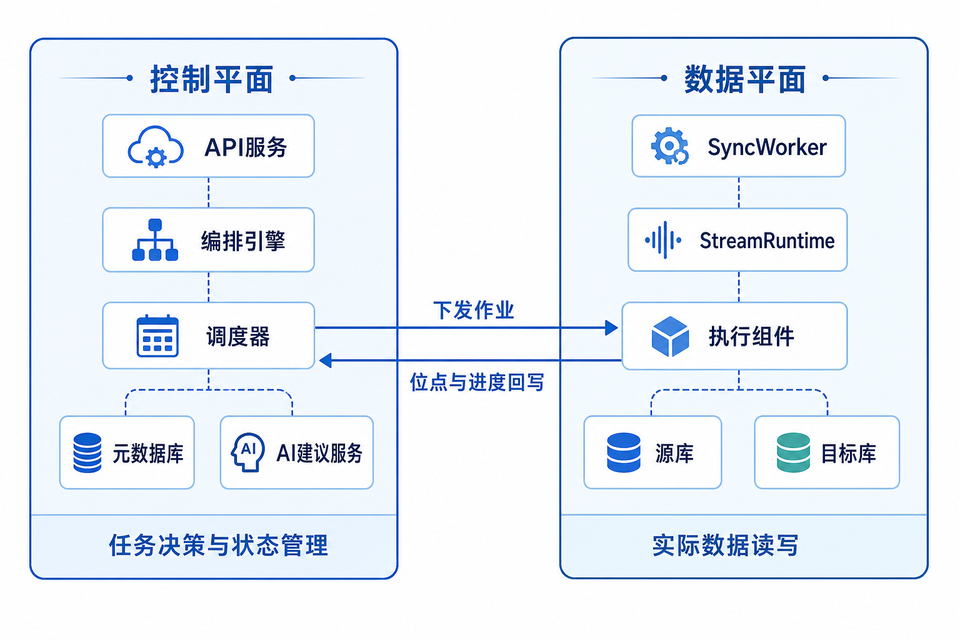
This is doc/images/fig3-3-control-data-plane.png from program231/design, a Mermaid export, as it was before one commit. Its source is kept beside it as doc/diagrams/fig3-3-control-data-plane.mmd. Its diagram source:
```mermaid
flowchart LR
    subgraph controlPlane [控制平面]
        API[API服务]
        Orchestrator[编排引擎]
        Scheduler2[调度器]
        MetaDB2[(元数据库)]
    end

    subgraph dataPlane2 [数据平面]
        Source[(源库)]
        Target[(目标库)]
        Engines[执行引擎]
    end

    API --> Orchestrator
    Orchestrator --> Scheduler2
    Orchestrator --> MetaDB2
    Scheduler2 --> Engines
    Engines --> Source
    Engines --> Target
```
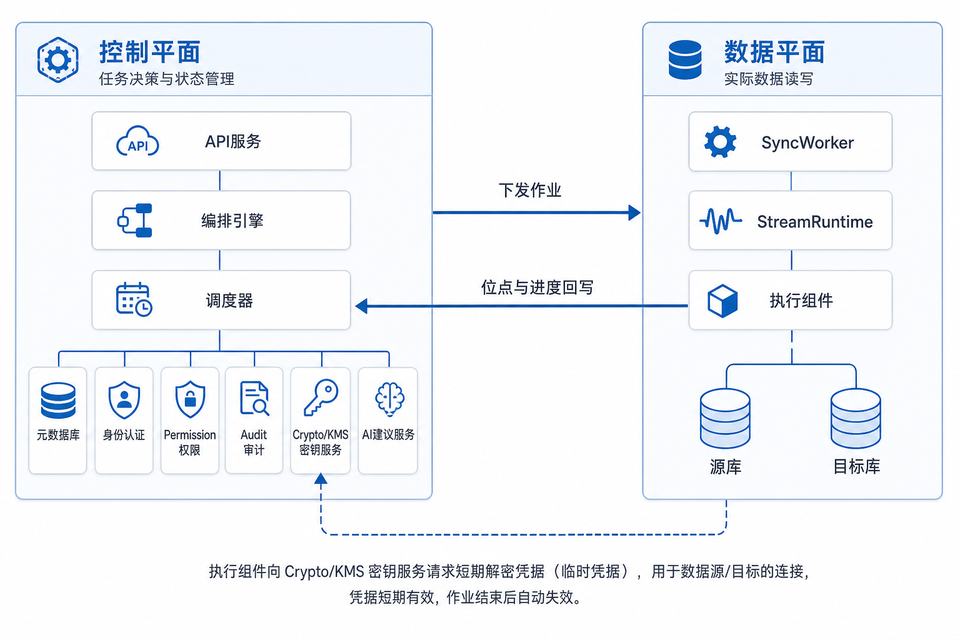
The same file after the commit.

Diff of the diagram source:
```diff
@@ -1,20 +1,28 @@
 flowchart LR
-    subgraph controlPlane [控制平面]
+    subgraph controlPlane [控制平面_任务决策与状态管理]
         API[API服务]
         Orchestrator[编排引擎]
-        Scheduler2[调度器]
-        MetaDB2[(元数据库)]
+        Scheduler[调度器]
+        MetaDB[(元数据库)]
+        Auth[身份认证]
+        Permission[Permission 权限]
+        Audit[Audit 审计]
+        Crypto[Crypto_KMS 密钥服务]
+        AI[AI建议服务]
     end
 
-    subgraph dataPlane2 [数据平面]
+    subgraph dataPlane [数据平面_实际数据读写]
+        SyncWorker[SyncWorker]
+        StreamRuntime[StreamRuntime]
+        Exec[执行组件]
         Source[(源库)]
         Target[(目标库)]
-        Engines[执行引擎]
     end
 
-    API --> Orchestrator
-    Orchestrator --> Scheduler2
-    Orchestrator --> MetaDB2
-    Scheduler2 --> Engines
-    Engines --> Source
-    Engines --> Target
+    API --> Orchestrator --> Scheduler
+    Scheduler -->|"下发作业"| SyncWorker
+    Exec -->|"位点与进度回写"| Scheduler
+    Exec -.->|"短期凭证"| Crypto
+    SyncWorker --> StreamRuntime --> Exec
+    Exec --> Source
+    Exec --> Target
```
